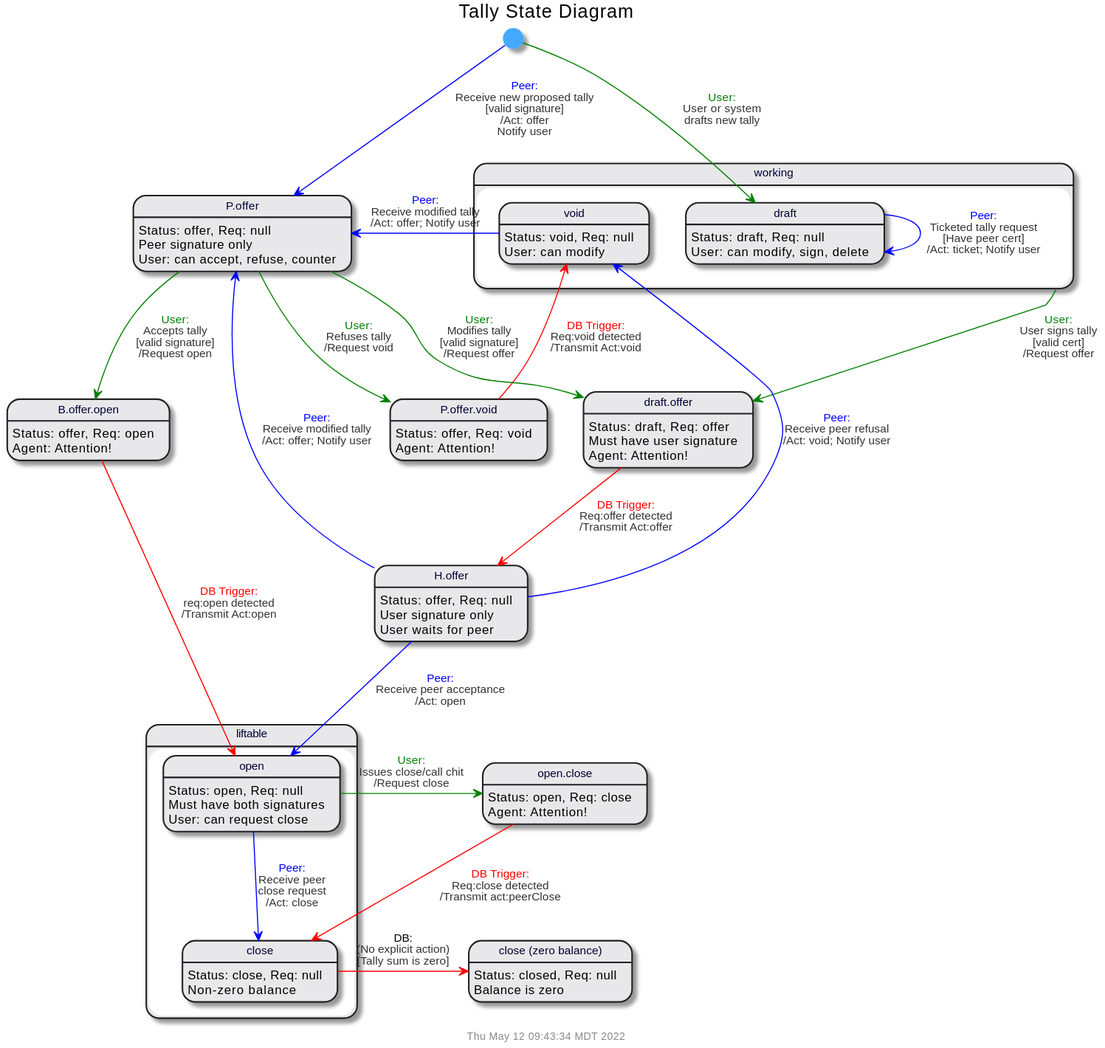
Earlier version of the PlantUML export doc/uml/state-tally.svg (gotchoices/MyCHIPs).
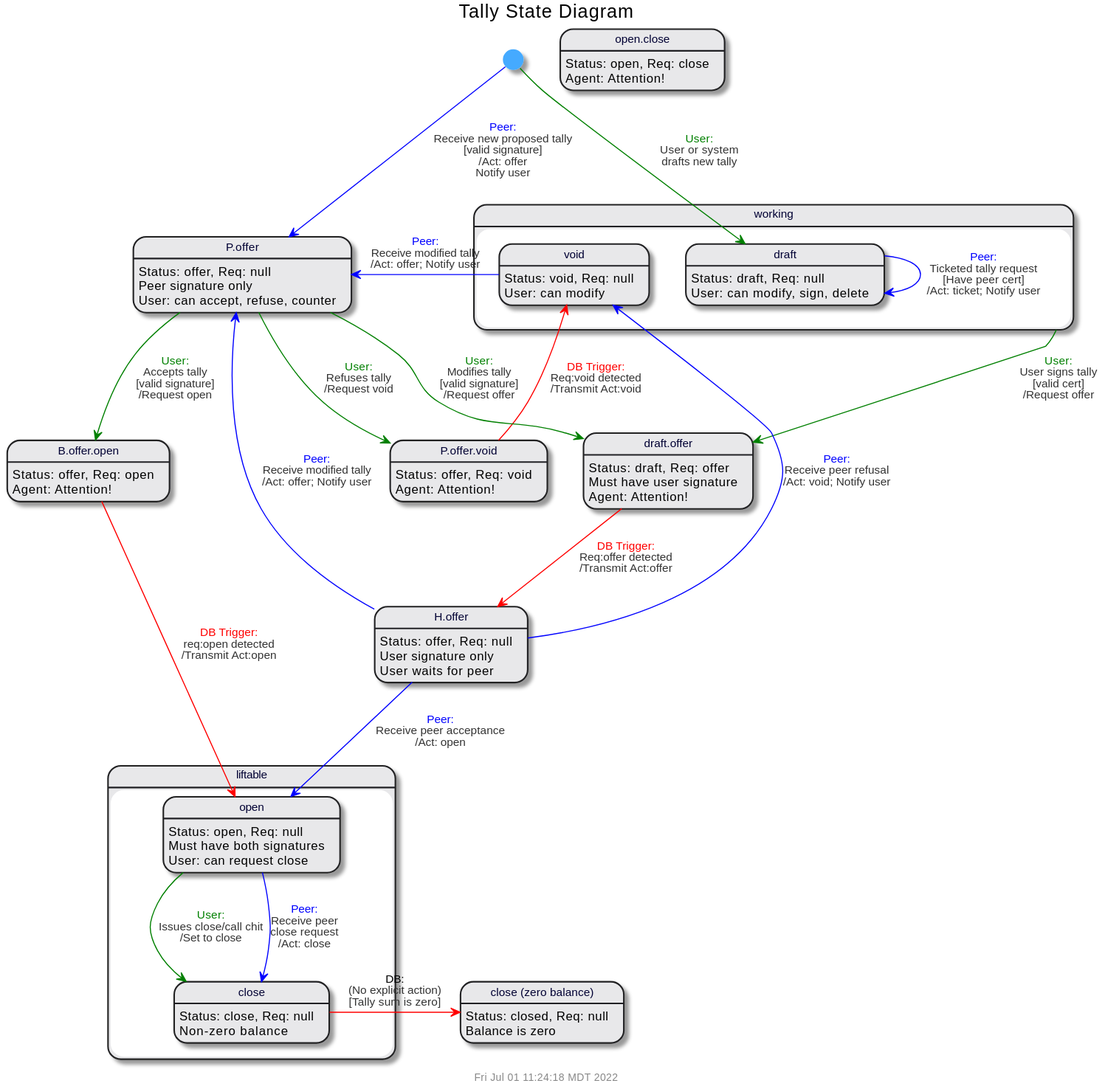
Later version of the same file.

Change to the diagram source:
```diff
@@ -75,9 +75,8 @@
 hOffer -[$peer]-> pOffer : $trans($peer,Receive modified tally, '', Act: offer; Notify user)
 void -[$peer]-> pOffer : $trans($peer,Receive modified tally,'', Act: offer; Notify user)
 
-open -right[$user]-> OpenClose : $trans($user, Issues close/call chit, '', Request close)
+open -[$user]-> close : $trans($user, Issues close/call chit, '', Set to close)
 open -[$peer]-> close : $trans($peer,Receive peer\nclose request, '', Act: close)
-OpenClose -[$db]-> close : $trans($db,Req:close detected,'',Transmit act:peerClose)
 close -right[$db]-> closed : $trans(DB,'(No explicit action)',Tally sum is zero)
 
 
```
